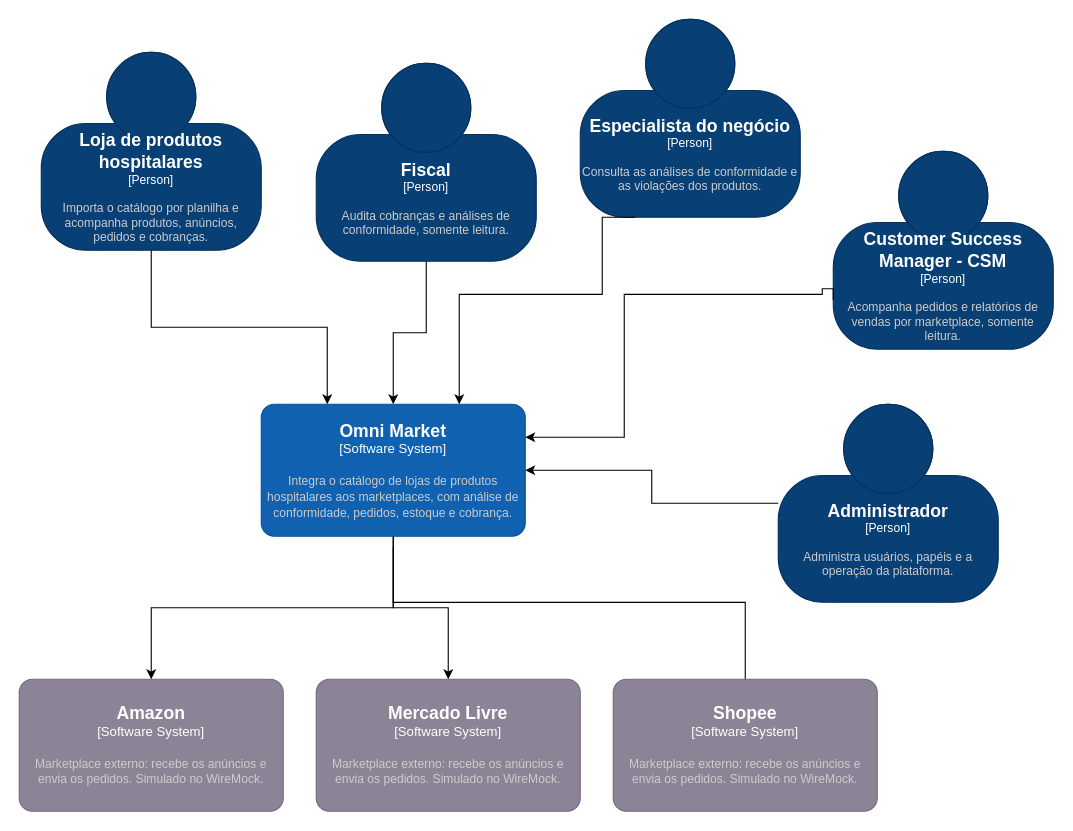
Earlier version of the draw.io diagram page "C4 Model - Contexto" (1 of 2) of docs/c4/Omni Market - C4 Model Contexto.drawio (gabezy/arquteitura-multiplataforma-trabalho-final). Source tidied: cells renumbered, new cells numbered last; positions are measured from the earlier drawing's top-left corner, leaving out a move shared by most shapes. Both pictures are drawn from the tidied source at 110%, with x=0, y=0 at pixel (19, 19).
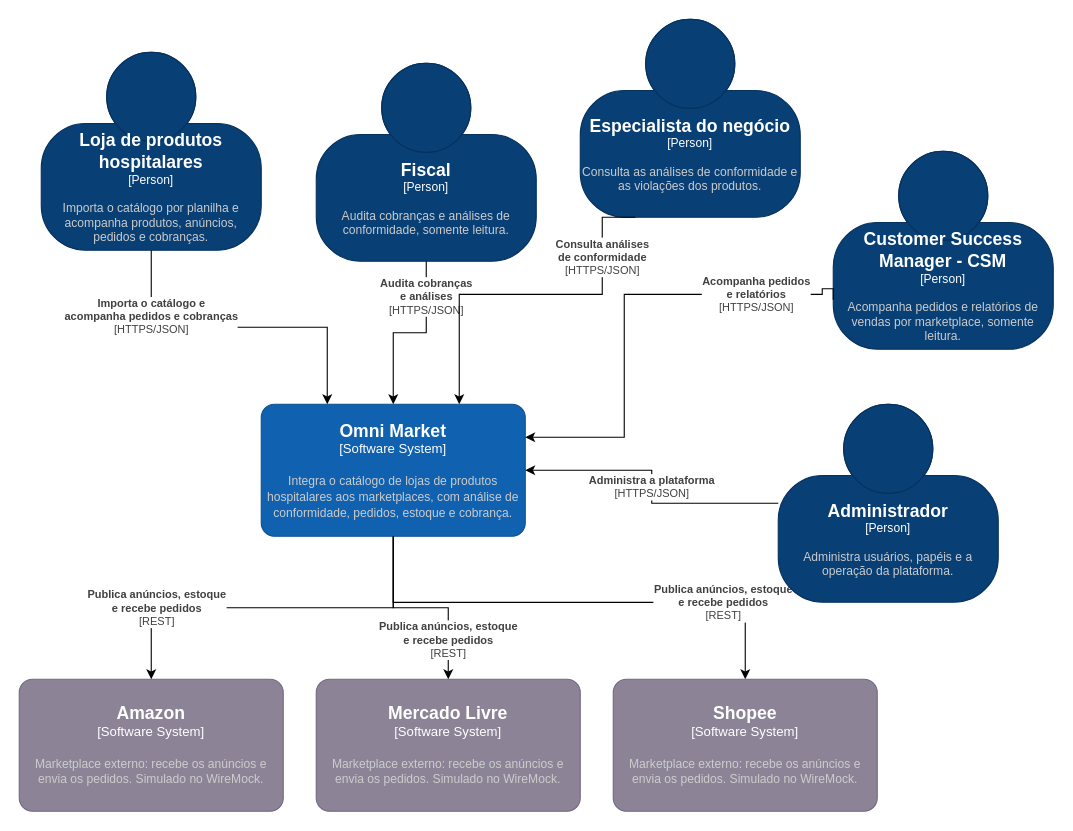
The same diagram, later.

Commit message:
docs(c4): rotula as relações e liga a seta da Shopee no diagrama de contexto

Cada relação diz o quê e como (HTTPS/JSON ou REST). A seta Omni Market → Shopee não tinha origem nem destino. Refs #13

Unchanged cells that the change refers to:
```xml
<object id="3" label="&lt;font style=&quot;font-size: 16px&quot;&gt;&lt;b&gt;%c4Name%&lt;/b&gt;&lt;/font&gt;&lt;div&gt;[%c4Type%]&lt;/div&gt;&lt;br&gt;&lt;div&gt;&lt;font style=&quot;font-size: 11px&quot;&gt;&lt;font color=&quot;#cccccc&quot;&gt;%c4Description%&lt;/font&gt;&lt;/div&gt;" c4Description="Integra o catálogo de lojas de produtos hospitalares aos marketplaces, com análise de conformidade, pedidos, estoque e cobrança." c4Name="Omni Market" c4Type="Software System" placeholders="1">
  <mxCell style="rounded=1;whiteSpace=wrap;html=1;labelBackgroundColor=none;fillColor=#1061B0;fontColor=#ffffff;align=center;arcSize=10;strokeColor=#0D5091;points=[[0.25,0,0],[0.5,0,0],[0.75,0,0],[1,0.25,0],[1,0.5,0],[1,0.75,0],[0.75,1,0],[0.5,1,0],[0.25,1,0],[0,0.75,0],[0,0.5,0],[0,0.25,0]];" parent="1" vertex="1">
    <mxGeometry x="220" y="350" width="240" height="120" as="geometry" />
  </mxCell>
</object>
<object id="4" label="&lt;font style=&quot;font-size: 16px&quot;&gt;&lt;b&gt;%c4Name%&lt;/b&gt;&lt;/font&gt;&lt;div&gt;[%c4Type%]&lt;/div&gt;&lt;br&gt;&lt;div&gt;&lt;font style=&quot;font-size: 11px&quot;&gt;&lt;font color=&quot;#cccccc&quot;&gt;%c4Description%&lt;/font&gt;&lt;/div&gt;" c4Description="Importa o catálogo por planilha e acompanha produtos, anúncios, pedidos e cobranças." c4Name="Loja de produtos hospitalares" c4Type="Person" placeholders="1">
  <mxCell style="html=1;fontSize=11;dashed=0;whiteSpace=wrap;fillColor=#083F75;strokeColor=#06315C;fontColor=#ffffff;shape=mxgraph.c4.person2;align=center;points=[[0.5,0,0],[1,0.5,0],[1,0.75,0],[0.75,1,0],[0.5,1,0],[0.25,1,0],[0,0.75,0],[0,0.5,0]];" parent="1" vertex="1">
    <mxGeometry x="20" y="30" width="200" height="180" as="geometry" />
  </mxCell>
</object>
<object id="5" label="&lt;font style=&quot;font-size: 16px&quot;&gt;&lt;b&gt;%c4Name%&lt;/b&gt;&lt;/font&gt;&lt;div&gt;[%c4Type%]&lt;/div&gt;&lt;br&gt;&lt;div&gt;&lt;font style=&quot;font-size: 11px&quot;&gt;&lt;font color=&quot;#cccccc&quot;&gt;%c4Description%&lt;/font&gt;&lt;/div&gt;" c4Description="Marketplace externo: recebe os anúncios e envia os pedidos. Simulado no WireMock." c4Name="Amazon" c4Type="Software System" placeholders="1">
  <mxCell style="rounded=1;whiteSpace=wrap;html=1;labelBackgroundColor=none;fillColor=#8C8496;fontColor=#ffffff;align=center;arcSize=10;strokeColor=#736782;points=[[0.25,0,0],[0.5,0,0],[0.75,0,0],[1,0.25,0],[1,0.5,0],[1,0.75,0],[0.75,1,0],[0.5,1,0],[0.25,1,0],[0,0.75,0],[0,0.5,0],[0,0.25,0]];" parent="1" vertex="1">
    <mxGeometry y="600" width="240" height="120" as="geometry" />
  </mxCell>
</object>
<object id="6" label="&lt;font style=&quot;font-size: 16px&quot;&gt;&lt;b&gt;%c4Name%&lt;/b&gt;&lt;/font&gt;&lt;div&gt;[%c4Type%]&lt;/div&gt;&lt;br&gt;&lt;div&gt;&lt;font style=&quot;font-size: 11px&quot;&gt;&lt;font color=&quot;#cccccc&quot;&gt;%c4Description%&lt;/font&gt;&lt;/div&gt;" c4Description="Audita cobranças e análises de conformidade, somente leitura." c4Name="Fiscal" c4Type="Person" placeholders="1">
  <mxCell style="html=1;fontSize=11;dashed=0;whiteSpace=wrap;fillColor=#083F75;strokeColor=#06315C;fontColor=#ffffff;shape=mxgraph.c4.person2;align=center;points=[[0.5,0,0],[1,0.5,0],[1,0.75,0],[0.75,1,0],[0.5,1,0],[0.25,1,0],[0,0.75,0],[0,0.5,0]];" parent="1" vertex="1">
    <mxGeometry x="270" y="40" width="200" height="180" as="geometry" />
  </mxCell>
</object>
<object id="7" label="&lt;font style=&quot;font-size: 16px&quot;&gt;&lt;b&gt;%c4Name%&lt;/b&gt;&lt;/font&gt;&lt;div&gt;[%c4Type%]&lt;/div&gt;&lt;br&gt;&lt;div&gt;&lt;font style=&quot;font-size: 11px&quot;&gt;&lt;font color=&quot;#cccccc&quot;&gt;%c4Description%&lt;/font&gt;&lt;/div&gt;" c4Description="Administra usuários, papéis e a operação da plataforma." c4Name="Administrador" c4Type="Person" placeholders="1">
  <mxCell style="html=1;fontSize=11;dashed=0;whiteSpace=wrap;fillColor=#083F75;strokeColor=#06315C;fontColor=#ffffff;shape=mxgraph.c4.person2;align=center;points=[[0.5,0,0],[1,0.5,0],[1,0.75,0],[0.75,1,0],[0.5,1,0],[0.25,1,0],[0,0.75,0],[0,0.5,0]];" parent="1" vertex="1">
    <mxGeometry x="690" y="350" width="200" height="180" as="geometry" />
  </mxCell>
</object>
<object id="11" label="&lt;font style=&quot;font-size: 16px&quot;&gt;&lt;b&gt;%c4Name%&lt;/b&gt;&lt;/font&gt;&lt;div&gt;[%c4Type%]&lt;/div&gt;&lt;br&gt;&lt;div&gt;&lt;font style=&quot;font-size: 11px&quot;&gt;&lt;font color=&quot;#cccccc&quot;&gt;%c4Description%&lt;/font&gt;&lt;/div&gt;" c4Description="Marketplace externo: recebe os anúncios e envia os pedidos. Simulado no WireMock." c4Name="Mercado Livre" c4Type="Software System" placeholders="1">
  <mxCell style="rounded=1;whiteSpace=wrap;html=1;labelBackgroundColor=none;fillColor=#8C8496;fontColor=#ffffff;align=center;arcSize=10;strokeColor=#736782;points=[[0.25,0,0],[0.5,0,0],[0.75,0,0],[1,0.25,0],[1,0.5,0],[1,0.75,0],[0.75,1,0],[0.5,1,0],[0.25,1,0],[0,0.75,0],[0,0.5,0],[0,0.25,0]];" parent="1" vertex="1">
    <mxGeometry x="270" y="600" width="240" height="120" as="geometry" />
  </mxCell>
</object>
<object id="12" label="&lt;font style=&quot;font-size: 16px&quot;&gt;&lt;b&gt;%c4Name%&lt;/b&gt;&lt;/font&gt;&lt;div&gt;[%c4Type%]&lt;/div&gt;&lt;br&gt;&lt;div&gt;&lt;font style=&quot;font-size: 11px&quot;&gt;&lt;font color=&quot;#cccccc&quot;&gt;%c4Description%&lt;/font&gt;&lt;/div&gt;" c4Description="Marketplace externo: recebe os anúncios e envia os pedidos. Simulado no WireMock." c4Name="Shopee" c4Type="Software System" placeholders="1">
  <mxCell style="rounded=1;whiteSpace=wrap;html=1;labelBackgroundColor=none;fillColor=#8C8496;fontColor=#ffffff;align=center;arcSize=10;strokeColor=#736782;points=[[0.25,0,0],[0.5,0,0],[0.75,0,0],[1,0.25,0],[1,0.5,0],[1,0.75,0],[0.75,1,0],[0.5,1,0],[0.25,1,0],[0,0.75,0],[0,0.5,0],[0,0.25,0]];" parent="1" vertex="1">
    <mxGeometry x="540" y="600" width="240" height="120" as="geometry" />
  </mxCell>
</object>
<object id="15" label="&lt;font style=&quot;font-size: 16px&quot;&gt;&lt;b&gt;%c4Name%&lt;/b&gt;&lt;/font&gt;&lt;div&gt;[%c4Type%]&lt;/div&gt;&lt;br&gt;&lt;div&gt;&lt;font style=&quot;font-size: 11px&quot;&gt;&lt;font color=&quot;#cccccc&quot;&gt;%c4Description%&lt;/font&gt;&lt;/div&gt;" c4Description="Acompanha pedidos e relatórios de vendas por marketplace, somente leitura." c4Name="Customer Success Manager - CSM" c4Type="Person" placeholders="1">
  <mxCell style="html=1;fontSize=11;dashed=0;whiteSpace=wrap;fillColor=#083F75;strokeColor=#06315C;fontColor=#ffffff;shape=mxgraph.c4.person2;align=center;points=[[0.5,0,0],[1,0.5,0],[1,0.75,0],[0.75,1,0],[0.5,1,0],[0.25,1,0],[0,0.75,0],[0,0.5,0]];" parent="1" vertex="1">
    <mxGeometry x="740" y="120" width="200" height="180" as="geometry" />
  </mxCell>
</object>
<object id="17" label="&lt;font style=&quot;font-size: 16px&quot;&gt;&lt;b&gt;%c4Name%&lt;/b&gt;&lt;/font&gt;&lt;div&gt;[%c4Type%]&lt;/div&gt;&lt;br&gt;&lt;div&gt;&lt;font style=&quot;font-size: 11px&quot;&gt;&lt;font color=&quot;#cccccc&quot;&gt;%c4Description%&lt;/font&gt;&lt;/div&gt;" c4Description="Consulta as análises de conformidade e as violações dos produtos." c4Name="Especialista do negócio" c4Type="Person" placeholders="1">
  <mxCell style="html=1;fontSize=11;dashed=0;whiteSpace=wrap;fillColor=#083F75;strokeColor=#06315C;fontColor=#ffffff;shape=mxgraph.c4.person2;align=center;points=[[0.5,0,0],[1,0.5,0],[1,0.75,0],[0.75,1,0],[0.5,1,0],[0.25,1,0],[0,0.75,0],[0,0.5,0]];" parent="1" vertex="1">
    <mxGeometry x="510" width="200" height="180" as="geometry" />
  </mxCell>
</object>
```

Change to the diagram source:
```diff
@@
-    <mxCell id="2" style="edgeStyle=orthogonalEdgeStyle;rounded=0;orthogonalLoop=1;jettySize=auto;html=1;" parent="1" edge="1">
-      <mxGeometry relative="1" as="geometry">
-        <mxPoint x="340" y="480" as="sourcePoint" />
-        <mxPoint x="660" y="620" as="targetPoint" />
+    <mxCell id="2" value="&lt;b&gt;Publica anúncios, estoque&lt;br&gt;e recebe pedidos&lt;/b&gt;&lt;br&gt;[REST]" style="edgeStyle=orthogonalEdgeStyle;rounded=0;jettySize=auto;html=1;fontSize=10;fontColor=#404040;labelBackgroundColor=#FFFFFF;exitX=0.5;exitY=1;exitDx=0;exitDy=0;exitPerimeter=0;entryX=0.5;entryY=0;entryDx=0;entryDy=0;entryPerimeter=0;" parent="1" edge="1" source="3" target="12">
+      <mxGeometry x="0.6" relative="1" as="geometry">
         <Array as="points">
           <mxPoint x="340" y="530.1" />
           <mxPoint x="660" y="530.1" />
         </Array>
       </mxGeometry>
     </mxCell>
@@
-    <mxCell id="8" style="edgeStyle=orthogonalEdgeStyle;rounded=0;jettySize=auto;html=1;entryX=0.25;entryY=0;entryDx=0;entryDy=0;entryPerimeter=0;" parent="1" edge="1" source="4" target="3">
-      <mxGeometry relative="1" as="geometry" />
+    <mxCell id="8" value="&lt;b&gt;Importa o catálogo e&lt;br&gt;acompanha pedidos e cobranças&lt;/b&gt;&lt;br&gt;[HTTPS/JSON]" style="edgeStyle=orthogonalEdgeStyle;rounded=0;jettySize=auto;html=1;entryX=0.25;entryY=0;entryDx=0;entryDy=0;entryPerimeter=0;fontSize=10;fontColor=#404040;labelBackgroundColor=#FFFFFF;" parent="1" edge="1" source="4" target="3">
+      <mxGeometry x="-0.6" relative="1" as="geometry" />
     </mxCell>
-    <mxCell id="9" style="edgeStyle=orthogonalEdgeStyle;rounded=0;jettySize=auto;html=1;" parent="1" edge="1" source="6" target="3">
-      <mxGeometry relative="1" as="geometry" />
+    <mxCell id="9" value="&lt;b&gt;Audita cobranças&lt;br&gt;e análises&lt;/b&gt;&lt;br&gt;[HTTPS/JSON]" style="edgeStyle=orthogonalEdgeStyle;rounded=0;jettySize=auto;html=1;fontSize=10;fontColor=#404040;labelBackgroundColor=#FFFFFF;" parent="1" edge="1" source="6" target="3">
+      <mxGeometry x="-0.6" relative="1" as="geometry" />
     </mxCell>
-    <mxCell id="10" style="edgeStyle=orthogonalEdgeStyle;rounded=0;jettySize=auto;html=1;entryX=1;entryY=0.5;entryDx=0;entryDy=0;entryPerimeter=0;" parent="1" edge="1" source="7" target="3">
+    <mxCell id="10" value="&lt;b&gt;Administra a plataforma&lt;/b&gt;&lt;br&gt;[HTTPS/JSON]" style="edgeStyle=orthogonalEdgeStyle;rounded=0;jettySize=auto;html=1;entryX=1;entryY=0.5;entryDx=0;entryDy=0;entryPerimeter=0;fontSize=10;fontColor=#404040;labelBackgroundColor=#FFFFFF;" parent="1" edge="1" source="7" target="3">
       <mxGeometry relative="1" as="geometry" />
     </mxCell>
@@
-    <mxCell id="13" style="edgeStyle=orthogonalEdgeStyle;rounded=0;jettySize=auto;html=1;entryX=0.5;entryY=0;entryDx=0;entryDy=0;entryPerimeter=0;" parent="1" edge="1" source="3" target="5">
-      <mxGeometry relative="1" as="geometry" />
+    <mxCell id="13" value="&lt;b&gt;Publica anúncios, estoque&lt;br&gt;e recebe pedidos&lt;/b&gt;&lt;br&gt;[REST]" style="edgeStyle=orthogonalEdgeStyle;rounded=0;jettySize=auto;html=1;entryX=0.5;entryY=0;entryDx=0;entryDy=0;entryPerimeter=0;fontSize=10;fontColor=#404040;labelBackgroundColor=#FFFFFF;" parent="1" edge="1" source="3" target="5">
+      <mxGeometry x="0.6" relative="1" as="geometry" />
     </mxCell>
-    <mxCell id="14" style="edgeStyle=orthogonalEdgeStyle;rounded=0;jettySize=auto;html=1;entryX=0.5;entryY=0;entryDx=0;entryDy=0;entryPerimeter=0;" parent="1" edge="1" source="3" target="11">
-      <mxGeometry relative="1" as="geometry" />
+    <mxCell id="14" value="&lt;b&gt;Publica anúncios, estoque&lt;br&gt;e recebe pedidos&lt;/b&gt;&lt;br&gt;[REST]" style="edgeStyle=orthogonalEdgeStyle;rounded=0;jettySize=auto;html=1;entryX=0.5;entryY=0;entryDx=0;entryDy=0;entryPerimeter=0;fontSize=10;fontColor=#404040;labelBackgroundColor=#FFFFFF;" parent="1" edge="1" source="3" target="11">
+      <mxGeometry x="0.6" relative="1" as="geometry" />
     </mxCell>
@@
-    <mxCell id="16" style="edgeStyle=orthogonalEdgeStyle;rounded=0;jettySize=auto;html=1;entryX=1;entryY=0.25;entryDx=0;entryDy=0;entryPerimeter=0;exitX=0;exitY=0.75;exitDx=0;exitDy=0;exitPerimeter=0;" parent="1" edge="1" source="15" target="3">
-      <mxGeometry relative="1" as="geometry">
+    <mxCell id="16" value="&lt;b&gt;Acompanha pedidos&lt;br&gt;e relatórios&lt;/b&gt;&lt;br&gt;[HTTPS/JSON]" style="edgeStyle=orthogonalEdgeStyle;rounded=0;jettySize=auto;html=1;entryX=1;entryY=0.25;entryDx=0;entryDy=0;entryPerimeter=0;exitX=0;exitY=0.75;exitDx=0;exitDy=0;exitPerimeter=0;fontSize=10;fontColor=#404040;labelBackgroundColor=#FFFFFF;" parent="1" edge="1" source="15" target="3">
+      <mxGeometry x="-0.6" relative="1" as="geometry">
         <Array as="points">
           <mxPoint x="730" y="245" />
           <mxPoint x="730" y="250.1" />
           <mxPoint x="550" y="250.1" />
           <mxPoint x="550" y="380.1" />
         </Array>
       </mxGeometry>
     </mxCell>
@@
-    <mxCell id="18" style="edgeStyle=orthogonalEdgeStyle;rounded=0;jettySize=auto;html=1;entryX=0.75;entryY=0;entryDx=0;entryDy=0;entryPerimeter=0;exitX=0.25;exitY=1;exitDx=0;exitDy=0;exitPerimeter=0;" parent="1" edge="1" source="17" target="3">
-      <mxGeometry relative="1" as="geometry">
+    <mxCell id="18" value="&lt;b&gt;Consulta análises&lt;br&gt;de conformidade&lt;/b&gt;&lt;br&gt;[HTTPS/JSON]" style="edgeStyle=orthogonalEdgeStyle;rounded=0;jettySize=auto;html=1;entryX=0.75;entryY=0;entryDx=0;entryDy=0;entryPerimeter=0;exitX=0.25;exitY=1;exitDx=0;exitDy=0;exitPerimeter=0;fontSize=10;fontColor=#404040;labelBackgroundColor=#FFFFFF;" parent="1" edge="1" source="17" target="3">
+      <mxGeometry x="-0.6" relative="1" as="geometry">
         <Array as="points">
           <mxPoint x="530" y="180.1" />
           <mxPoint x="530" y="250.1" />
           <mxPoint x="400" y="250.1" />
         </Array>
       </mxGeometry>
     </mxCell>
```
